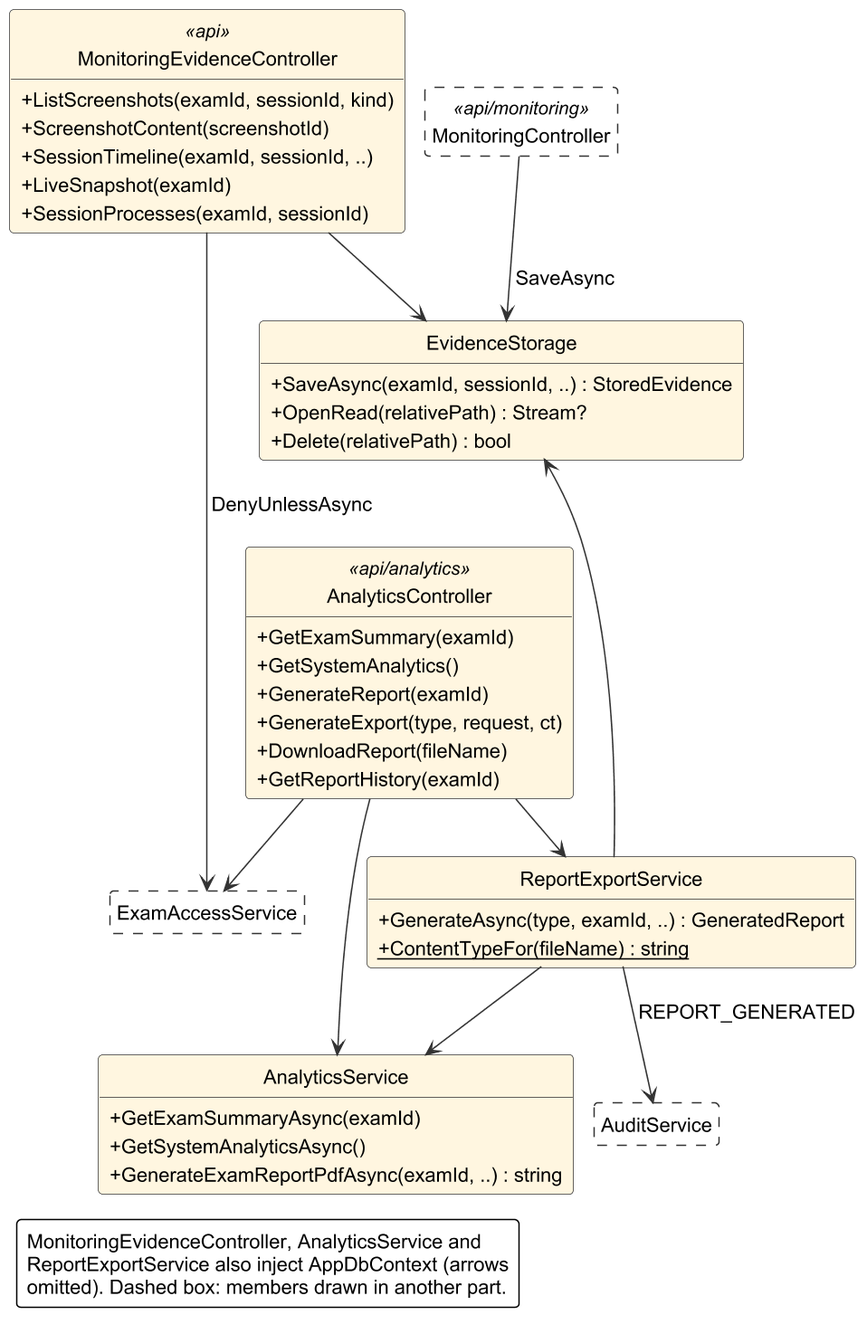
Above: important docs/fyp_doc_3chatp/Figures/class_diagram_server2_b.png in Haiderali27-hub/AI-Lab-Monitoring- (PlantUML), before the change.
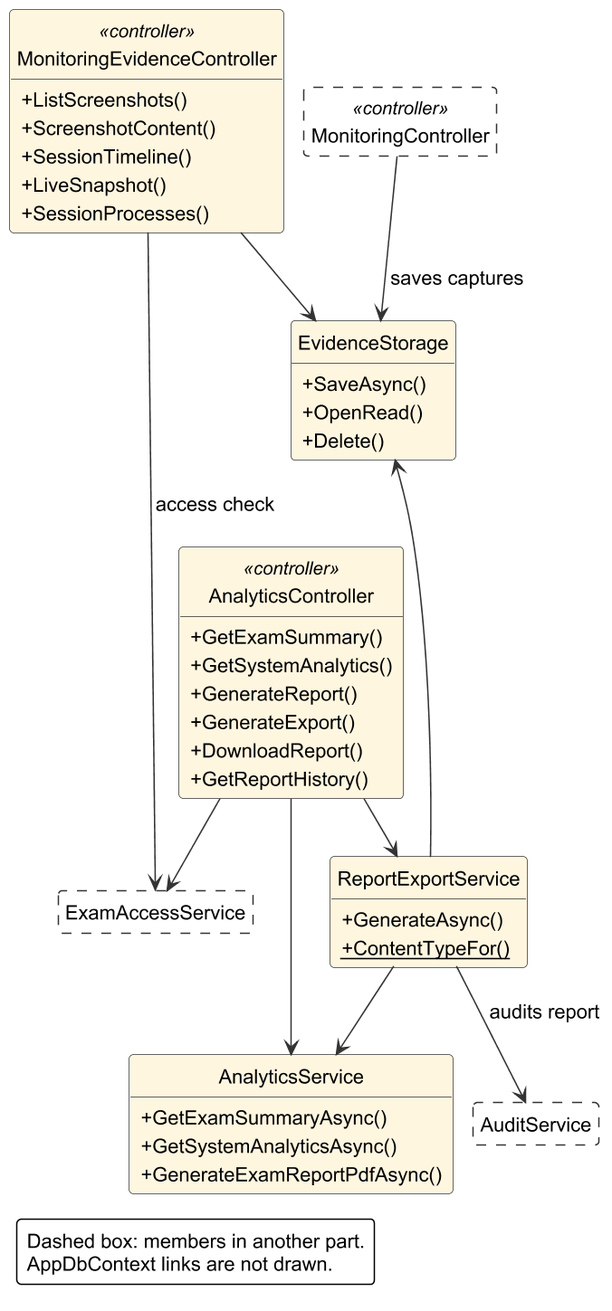
After the change.

Diff of the diagram source:
```diff
@@ -13,54 +13,53 @@
 skinparam ArrowFontSize 14
 skinparam stereotypeFontSize 13
 
-class MonitoringEvidenceController <<api>> #FFF6E0 {
-  +ListScreenshots(examId, sessionId, kind)
-  +ScreenshotContent(screenshotId)
-  +SessionTimeline(examId, sessionId, ..)
-  +LiveSnapshot(examId)
-  +SessionProcesses(examId, sessionId)
+class MonitoringEvidenceController <<controller>> #FFF6E0 {
+  +ListScreenshots()
+  +ScreenshotContent()
+  +SessionTimeline()
+  +LiveSnapshot()
+  +SessionProcesses()
 }
-class MonitoringController <<api/monitoring>> #FFFFFF ##[dashed]
+class MonitoringController <<controller>> #FFFFFF ##[dashed]
 class ExamAccessService #FFFFFF ##[dashed]
 class AuditService #FFFFFF ##[dashed]
 class EvidenceStorage #FFF6E0 {
-  +SaveAsync(examId, sessionId, ..) : StoredEvidence
-  +OpenRead(relativePath) : Stream?
-  +Delete(relativePath) : bool
+  +SaveAsync()
+  +OpenRead()
+  +Delete()
 }
-class AnalyticsController <<api/analytics>> #FFF6E0 {
-  +GetExamSummary(examId)
+class AnalyticsController <<controller>> #FFF6E0 {
+  +GetExamSummary()
   +GetSystemAnalytics()
-  +GenerateReport(examId)
-  +GenerateExport(type, request, ct)
-  +DownloadReport(fileName)
-  +GetReportHistory(examId)
+  +GenerateReport()
+  +GenerateExport()
+  +DownloadReport()
+  +GetReportHistory()
 }
 class AnalyticsService #FFF6E0 {
-  +GetExamSummaryAsync(examId)
+  +GetExamSummaryAsync()
   +GetSystemAnalyticsAsync()
-  +GenerateExamReportPdfAsync(examId, ..) : string
+  +GenerateExamReportPdfAsync()
 }
 class ReportExportService #FFF6E0 {
-  +GenerateAsync(type, examId, ..) : GeneratedReport
-  +{static} ContentTypeFor(fileName) : string
+  +GenerateAsync()
+  +{static} ContentTypeFor()
 }
 
-MonitoringEvidenceController --> ExamAccessService : DenyUnlessAsync
+MonitoringEvidenceController --> ExamAccessService : access check
 MonitoringEvidenceController --> EvidenceStorage
-MonitoringController --> EvidenceStorage : SaveAsync
+MonitoringController --> EvidenceStorage : saves captures
 AnalyticsController --> ExamAccessService
 AnalyticsController --> AnalyticsService
 AnalyticsController --> ReportExportService
 ReportExportService --> AnalyticsService
 ReportExportService --> EvidenceStorage
-ReportExportService --> AuditService : REPORT_GENERATED
+ReportExportService --> AuditService : audits report
 EvidenceStorage -[hidden]down- AnalyticsController
 
 skinparam legendFontSize 14
 legend bottom left
-  MonitoringEvidenceController, AnalyticsService and
-  ReportExportService also inject AppDbContext (arrows
-  omitted). Dashed box: members drawn in another part.
+  Dashed box: members in another part.
+  AppDbContext links are not drawn.
 endlegend
 @enduml
```
